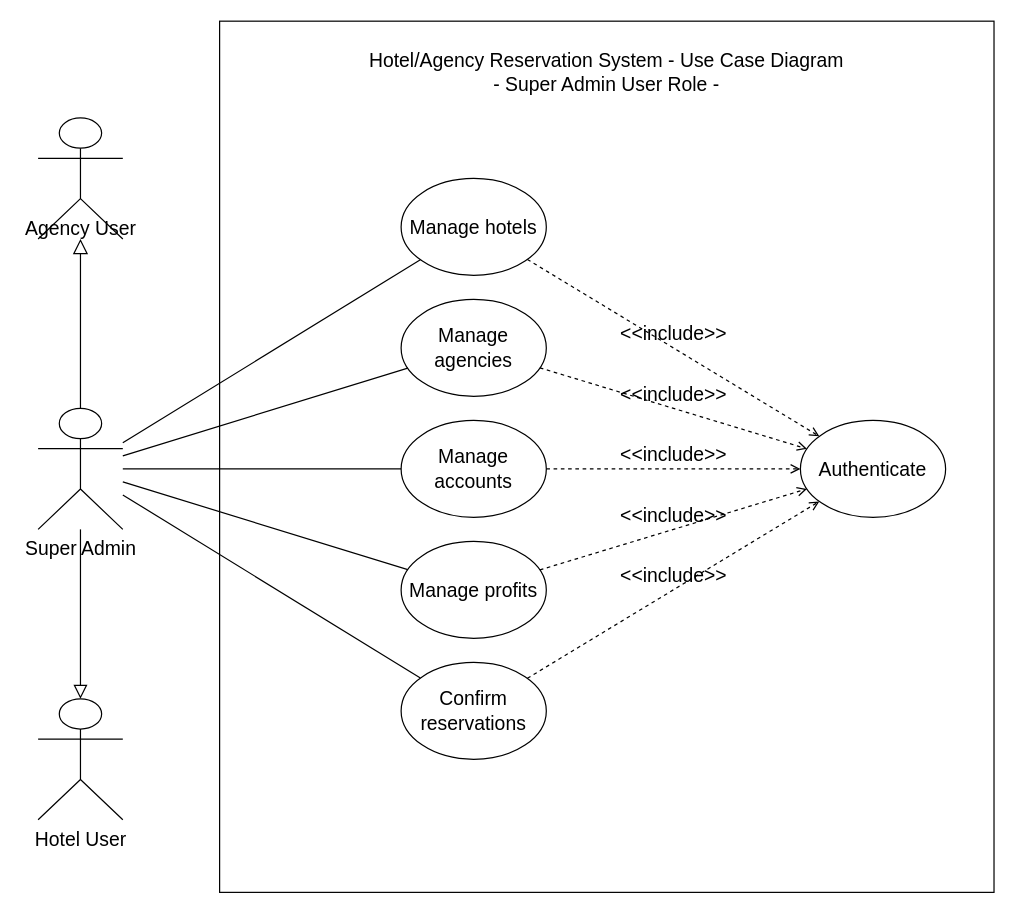
Earlier version of the draw.io diagram page "super admin" (4 of 4) of use_case_diagram.drawio (jawharhmidi02/resrvy_diagrams). Source tidied: cells renumbered, new cells numbered last; positions are measured from the earlier drawing's top-left corner, leaving out a move shared by most shapes. Both pictures are drawn from the tidied source at 121%, with x=0, y=0 at pixel (38, 21).
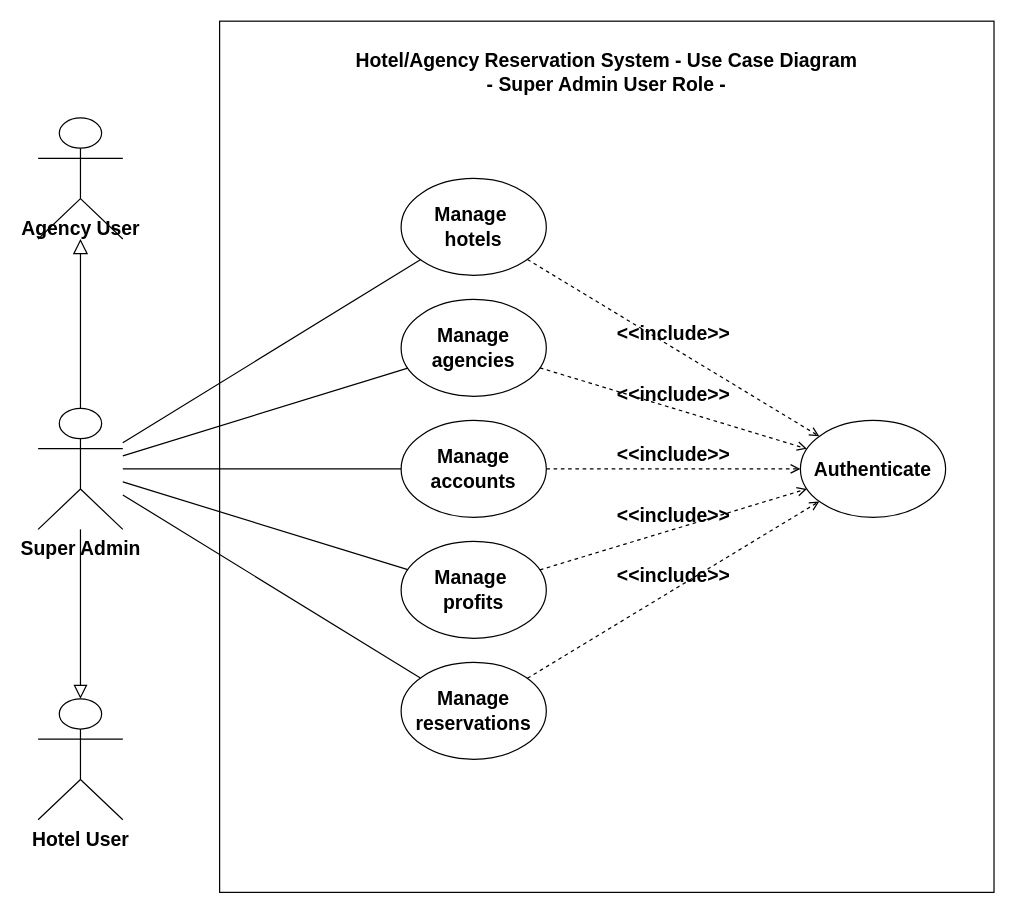
The same page after the edit.

What changed in the source:
```diff
@@
-    <mxCell id="2" style="edgeStyle=orthogonalEdgeStyle;rounded=0;jettySize=auto;html=1;endArrow=block;endFill=0;strokeWidth=1;endSize=10;fontSize=16;" parent="1" edge="1" source="10" target="24">
+    <mxCell id="2" style="edgeStyle=orthogonalEdgeStyle;rounded=0;jettySize=auto;html=1;endArrow=block;endFill=0;strokeWidth=1;endSize=10;fontSize=16;fontStyle=1;" parent="1" edge="1" source="10" target="24">
       <mxGeometry relative="1" as="geometry" />
     </mxCell>
-    <mxCell id="3" style="rounded=0;whiteSpace=wrap;html=1;fontSize=16;" parent="1" vertex="1">
+    <mxCell id="3" style="rounded=0;whiteSpace=wrap;html=1;fontSize=16;fontStyle=1;" parent="1" vertex="1">
       <mxGeometry x="150" width="640" height="720" as="geometry" />
     </mxCell>
-    <mxCell id="4" value="&lt;div&gt;Manage accounts&lt;/div&gt;" style="ellipse;whiteSpace=wrap;html=1;fontSize=16;" parent="1" vertex="1">
+    <mxCell id="4" value="&lt;div&gt;Manage accounts&lt;/div&gt;" style="ellipse;whiteSpace=wrap;html=1;fontSize=16;fontStyle=1;" parent="1" vertex="1">
       <mxGeometry x="300" y="330" width="120" height="80" as="geometry" />
     </mxCell>
-    <mxCell id="5" value="Confirm reservations" style="ellipse;whiteSpace=wrap;html=1;fontSize=16;" parent="1" vertex="1">
+    <mxCell id="5" value="Manage reservations" style="ellipse;whiteSpace=wrap;html=1;fontSize=16;fontStyle=1;" parent="1" vertex="1">
       <mxGeometry x="300" y="530" width="120" height="80" as="geometry" />
     </mxCell>
-    <mxCell id="6" value="Manage profits" style="ellipse;whiteSpace=wrap;html=1;fontSize=16;" parent="1" vertex="1">
+    <mxCell id="6" value="&lt;div&gt;Manage&amp;nbsp;&lt;/div&gt;&lt;div&gt;profits&lt;/div&gt;" style="ellipse;whiteSpace=wrap;html=1;fontSize=16;fontStyle=1;" parent="1" vertex="1">
       <mxGeometry x="300" y="430" width="120" height="80" as="geometry" />
     </mxCell>
-    <mxCell id="7" value="&amp;lt;&amp;lt;include&amp;gt;&amp;gt;" style="html=1;verticalAlign=bottom;labelBackgroundColor=none;endArrow=open;endFill=0;dashed=1;rounded=0;fontSize=16;" parent="1" edge="1" source="4" target="20">
+    <mxCell id="7" value="&amp;lt;&amp;lt;include&amp;gt;&amp;gt;" style="html=1;verticalAlign=bottom;labelBackgroundColor=none;endArrow=open;endFill=0;dashed=1;rounded=0;fontSize=16;fontStyle=1;" parent="1" edge="1" source="4" target="20">
       <mxGeometry relative="1" as="geometry" />
     </mxCell>
-    <mxCell id="8" value="&amp;lt;&amp;lt;include&amp;gt;&amp;gt;" style="html=1;verticalAlign=bottom;labelBackgroundColor=none;endArrow=open;endFill=0;dashed=1;rounded=0;fontSize=16;" parent="1" edge="1" source="5" target="20">
+    <mxCell id="8" value="&amp;lt;&amp;lt;include&amp;gt;&amp;gt;" style="html=1;verticalAlign=bottom;labelBackgroundColor=none;endArrow=open;endFill=0;dashed=1;rounded=0;fontSize=16;fontStyle=1;" parent="1" edge="1" source="5" target="20">
       <mxGeometry relative="1" as="geometry" />
     </mxCell>
-    <mxCell id="9" value="&amp;lt;&amp;lt;include&amp;gt;&amp;gt;" style="html=1;verticalAlign=bottom;labelBackgroundColor=none;endArrow=open;endFill=0;dashed=1;rounded=0;fontSize=16;" parent="1" edge="1" source="6" target="20">
+    <mxCell id="9" value="&amp;lt;&amp;lt;include&amp;gt;&amp;gt;" style="html=1;verticalAlign=bottom;labelBackgroundColor=none;endArrow=open;endFill=0;dashed=1;rounded=0;fontSize=16;fontStyle=1;" parent="1" edge="1" source="6" target="20">
       <mxGeometry relative="1" as="geometry" />
     </mxCell>
-    <mxCell id="10" value="&lt;div&gt;Super Admin&lt;/div&gt;" style="shape=umlActor;verticalLabelPosition=bottom;verticalAlign=top;html=1;outlineConnect=0;fontSize=16;" parent="1" vertex="1">
+    <mxCell id="10" value="&lt;div&gt;Super Admin&lt;/div&gt;" style="shape=umlActor;verticalLabelPosition=bottom;verticalAlign=top;html=1;outlineConnect=0;fontSize=16;fontStyle=1;" parent="1" vertex="1">
       <mxGeometry y="320" width="70" height="100" as="geometry" />
     </mxCell>
-    <mxCell id="11" style="endArrow=none;html=1;rounded=0;fontSize=16;" parent="1" edge="1" source="10" target="4">
+    <mxCell id="11" style="endArrow=none;html=1;rounded=0;fontSize=16;fontStyle=1;" parent="1" edge="1" source="10" target="4">
       <mxGeometry relative="1" as="geometry" />
     </mxCell>
-    <mxCell id="12" style="endArrow=none;html=1;rounded=0;fontSize=16;" parent="1" edge="1" source="10" target="5">
+    <mxCell id="12" style="endArrow=none;html=1;rounded=0;fontSize=16;fontStyle=1;" parent="1" edge="1" source="10" target="5">
       <mxGeometry relative="1" as="geometry" />
     </mxCell>
-    <mxCell id="13" style="endArrow=none;html=1;rounded=0;fontSize=16;" parent="1" edge="1" source="10" target="6">
+    <mxCell id="13" style="endArrow=none;html=1;rounded=0;fontSize=16;fontStyle=1;" parent="1" edge="1" source="10" target="6">
       <mxGeometry relative="1" as="geometry" />
     </mxCell>
-    <mxCell id="14" value="&lt;div&gt;Manage hotels&lt;/div&gt;" style="ellipse;whiteSpace=wrap;html=1;fontSize=16;" parent="1" vertex="1">
+    <mxCell id="14" value="&lt;div&gt;Manage&amp;nbsp;&lt;/div&gt;&lt;div&gt;hotels&lt;/div&gt;" style="ellipse;whiteSpace=wrap;html=1;fontSize=16;fontStyle=1;" parent="1" vertex="1">
       <mxGeometry x="300" y="130" width="120" height="80" as="geometry" />
     </mxCell>
-    <mxCell id="15" value="&lt;div&gt;Manage agencies&lt;/div&gt;" style="ellipse;whiteSpace=wrap;html=1;fontSize=16;" parent="1" vertex="1">
+    <mxCell id="15" value="&lt;div&gt;Manage agencies&lt;/div&gt;" style="ellipse;whiteSpace=wrap;html=1;fontSize=16;fontStyle=1;" parent="1" vertex="1">
       <mxGeometry x="300" y="230" width="120" height="80" as="geometry" />
     </mxCell>
-    <mxCell id="16" style="endArrow=none;html=1;rounded=0;fontSize=16;" parent="1" edge="1" source="10" target="15">
+    <mxCell id="16" style="endArrow=none;html=1;rounded=0;fontSize=16;fontStyle=1;" parent="1" edge="1" source="10" target="15">
       <mxGeometry relative="1" as="geometry" />
     </mxCell>
-    <mxCell id="17" style="endArrow=none;html=1;rounded=0;fontSize=16;" parent="1" edge="1" source="10" target="14">
+    <mxCell id="17" style="endArrow=none;html=1;rounded=0;fontSize=16;fontStyle=1;" parent="1" edge="1" source="10" target="14">
       <mxGeometry relative="1" as="geometry" />
     </mxCell>
-    <mxCell id="18" value="&amp;lt;&amp;lt;include&amp;gt;&amp;gt;" style="html=1;verticalAlign=bottom;labelBackgroundColor=none;endArrow=open;endFill=0;dashed=1;rounded=0;fontSize=16;" parent="1" edge="1" source="15" target="20">
+    <mxCell id="18" value="&amp;lt;&amp;lt;include&amp;gt;&amp;gt;" style="html=1;verticalAlign=bottom;labelBackgroundColor=none;endArrow=open;endFill=0;dashed=1;rounded=0;fontSize=16;fontStyle=1;" parent="1" edge="1" source="15" target="20">
       <mxGeometry relative="1" as="geometry" />
     </mxCell>
-    <mxCell id="19" value="&amp;lt;&amp;lt;include&amp;gt;&amp;gt;" style="html=1;verticalAlign=bottom;labelBackgroundColor=none;endArrow=open;endFill=0;dashed=1;rounded=0;fontSize=16;" parent="1" edge="1" source="14" target="20">
+    <mxCell id="19" value="&amp;lt;&amp;lt;include&amp;gt;&amp;gt;" style="html=1;verticalAlign=bottom;labelBackgroundColor=none;endArrow=open;endFill=0;dashed=1;rounded=0;fontSize=16;fontStyle=1;" parent="1" edge="1" source="14" target="20">
       <mxGeometry relative="1" as="geometry" />
     </mxCell>
-    <mxCell id="20" value="Authenticate" style="ellipse;whiteSpace=wrap;html=1;fontSize=16;" parent="1" vertex="1">
+    <mxCell id="20" value="Authenticate" style="ellipse;whiteSpace=wrap;html=1;fontSize=16;fontStyle=1;" parent="1" vertex="1">
       <mxGeometry x="630" y="330" width="120" height="80" as="geometry" />
     </mxCell>
-    <mxCell id="21" style="edgeStyle=orthogonalEdgeStyle;rounded=0;jettySize=auto;html=1;endArrow=block;endFill=0;endSize=9;fontSize=16;" parent="1" edge="1" source="10" target="23">
+    <mxCell id="21" style="edgeStyle=orthogonalEdgeStyle;rounded=0;jettySize=auto;html=1;endArrow=block;endFill=0;endSize=9;fontSize=16;fontStyle=1;" parent="1" edge="1" source="10" target="23">
       <mxGeometry relative="1" as="geometry" />
     </mxCell>
-    <mxCell id="22" value="&lt;div&gt;&lt;font&gt;Hotel/Agency Reservation System - Use Case Diagram&lt;/font&gt;&lt;/div&gt;&lt;div&gt;&lt;font&gt;- Super Admin User Role -&lt;/font&gt;&lt;/div&gt;" style="text;html=1;align=center;verticalAlign=middle;whiteSpace=wrap;rounded=0;fontSize=16;" parent="1" vertex="1">
+    <mxCell id="22" value="&lt;div&gt;&lt;font&gt;Hotel/Agency Reservation System - Use Case Diagram&lt;/font&gt;&lt;/div&gt;&lt;div&gt;&lt;font&gt;- Super Admin User Role -&lt;/font&gt;&lt;/div&gt;" style="text;html=1;align=center;verticalAlign=middle;whiteSpace=wrap;rounded=0;fontSize=16;fontStyle=1;" parent="1" vertex="1">
       <mxGeometry x="150" y="10" width="640" height="63" as="geometry" />
     </mxCell>
-    <mxCell id="23" value="Hotel User" style="shape=umlActor;verticalLabelPosition=bottom;verticalAlign=top;html=1;outlineConnect=0;fontSize=16;" parent="1" vertex="1">
+    <mxCell id="23" value="Hotel User" style="shape=umlActor;verticalLabelPosition=bottom;verticalAlign=top;html=1;outlineConnect=0;fontSize=16;fontStyle=1;" parent="1" vertex="1">
       <mxGeometry y="560" width="70" height="100" as="geometry" />
     </mxCell>
-    <mxCell id="24" value="Agency User" style="shape=umlActor;verticalLabelPosition=bottom;verticalAlign=top;html=1;outlineConnect=0;spacingBottom=0;spacingLeft=0;spacingTop=-25;fontSize=16;" parent="1" vertex="1">
+    <mxCell id="24" value="Agency User" style="shape=umlActor;verticalLabelPosition=bottom;verticalAlign=top;html=1;outlineConnect=0;spacingBottom=0;spacingLeft=0;spacingTop=-25;fontSize=16;fontStyle=1;" parent="1" vertex="1">
       <mxGeometry y="80" width="70" height="100" as="geometry" />
     </mxCell>
```
